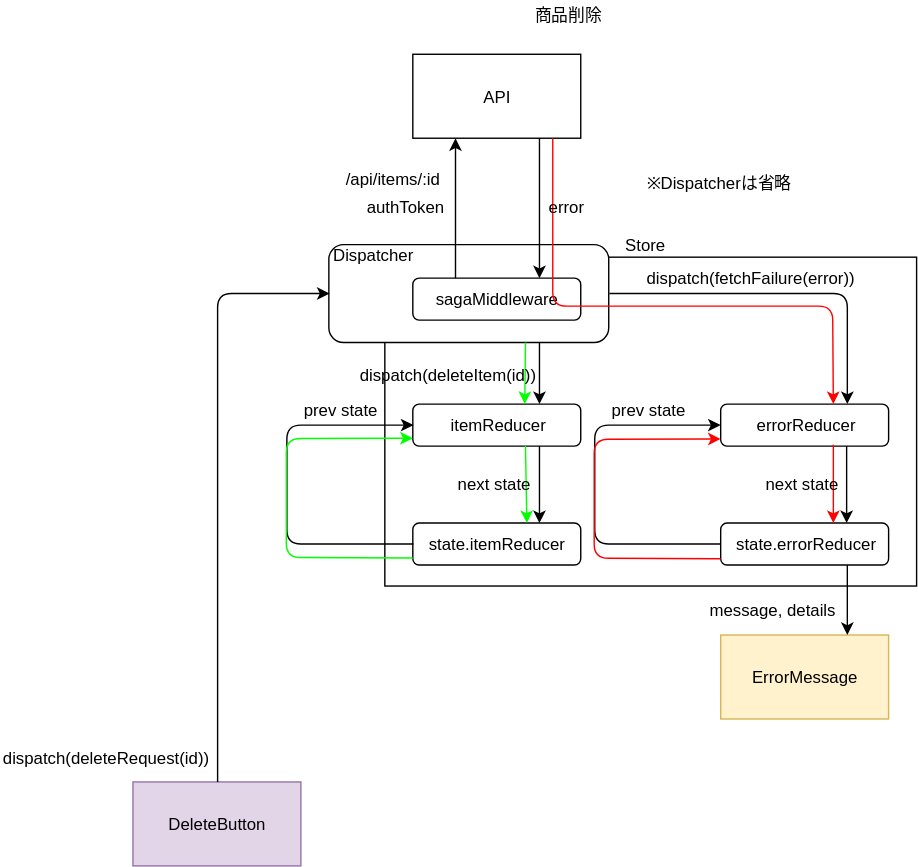
Before: diagram/dataFlow/delete.svg, a diagram exported from draw.io (emgniddikur/react-app). Source tidied: cells renumbered, new cells last; positions are measured from the earlier drawing's top-left corner, leaving out a move shared by most shapes. Source of this version:
```xml
<mxGraphModel>
  <root>
    <mxCell id="0" />
    <mxCell id="1" parent="0" />
    <mxCell id="2" style="rounded=0;whiteSpace=wrap;html=1;" parent="1" vertex="1">
      <mxGeometry x="274.5" y="182" width="380" height="235" as="geometry" />
    </mxCell>
    <mxCell id="3" value="Dispatcher&amp;nbsp; &amp;nbsp; &amp;nbsp; &amp;nbsp; &amp;nbsp; &amp;nbsp; &amp;nbsp; &amp;nbsp; &amp;nbsp; &amp;nbsp; &amp;nbsp; &amp;nbsp; &amp;nbsp; &amp;nbsp; &amp;nbsp; &amp;nbsp; &amp;nbsp; &amp;nbsp; &amp;nbsp; &amp;nbsp; &amp;nbsp; &amp;nbsp; &amp;nbsp; &amp;nbsp;&lt;br&gt;&lt;br&gt;&lt;br&gt;&lt;br&gt;" style="rounded=1;whiteSpace=wrap;html=1;" parent="1" vertex="1">
      <mxGeometry x="234.5" y="173" width="200" height="70" as="geometry" />
    </mxCell>
    <mxCell id="4" value="API&lt;br&gt;" style="rounded=0;whiteSpace=wrap;html=1;" parent="1" vertex="1">
      <mxGeometry x="294.5" y="37" width="120" height="60" as="geometry" />
    </mxCell>
    <mxCell id="5" value="sagaMiddleware" style="rounded=1;whiteSpace=wrap;html=1;" parent="1" vertex="1">
      <mxGeometry x="294.5" y="197" width="120" height="30" as="geometry" />
    </mxCell>
    <mxCell id="6" style="endArrow=classic;html=1;entryX=0.25;entryY=1;entryDx=0;entryDy=0;exitX=0.25;exitY=0;exitDx=0;exitDy=0;" parent="1" edge="1" source="5" target="4">
      <mxGeometry relative="1" as="geometry" />
    </mxCell>
    <mxCell id="7" style="endArrow=classic;html=1;entryX=0.75;entryY=0;entryDx=0;entryDy=0;exitX=0.75;exitY=1;exitDx=0;exitDy=0;" parent="1" edge="1" source="4" target="5">
      <mxGeometry relative="1" as="geometry" />
    </mxCell>
    <mxCell id="8" value="itemReducer" style="rounded=1;whiteSpace=wrap;html=1;" parent="1" vertex="1">
      <mxGeometry x="294.5" y="287" width="120" height="30" as="geometry" />
    </mxCell>
    <mxCell id="9" style="endArrow=classic;html=1;entryX=0.75;entryY=0;entryDx=0;entryDy=0;exitX=0.75;exitY=1;exitDx=0;exitDy=0;" parent="1" edge="1" source="3" target="8">
      <mxGeometry relative="1" as="geometry" />
    </mxCell>
    <mxCell id="10" value="authToken" style="text;html=1;align=left;verticalAlign=top;spacingTop=-4;" parent="1" vertex="1">
      <mxGeometry x="259.5" y="137" width="70" height="20" as="geometry" />
    </mxCell>
    <mxCell id="11" value="/api/items/:id" style="text;html=1;align=left;verticalAlign=top;spacingTop=-4;" parent="1" vertex="1">
      <mxGeometry x="244.5" y="117" width="80" height="20" as="geometry" />
    </mxCell>
    <mxCell id="12" value="errorReducer&lt;br&gt;" style="rounded=1;whiteSpace=wrap;html=1;" parent="1" vertex="1">
      <mxGeometry x="514.5" y="287" width="120" height="30" as="geometry" />
    </mxCell>
    <mxCell id="13" style="endArrow=classic;html=1;entryX=0.75;entryY=0;entryDx=0;entryDy=0;exitX=1;exitY=0.5;exitDx=0;exitDy=0;" parent="1" edge="1" source="3" target="12">
      <mxGeometry relative="1" as="geometry">
        <Array as="points">
          <mxPoint x="605" y="208" />
        </Array>
      </mxGeometry>
    </mxCell>
    <mxCell id="14" value="state.itemReducer" style="rounded=1;whiteSpace=wrap;html=1;" parent="1" vertex="1">
      <mxGeometry x="294.5" y="372" width="120" height="30" as="geometry" />
    </mxCell>
    <mxCell id="15" style="endArrow=classic;html=1;entryX=0.75;entryY=0;entryDx=0;entryDy=0;exitX=0.75;exitY=1;exitDx=0;exitDy=0;" parent="1" edge="1" source="8" target="14">
      <mxGeometry relative="1" as="geometry" />
    </mxCell>
    <mxCell id="16" style="endArrow=classic;html=1;entryX=0;entryY=0.5;entryDx=0;entryDy=0;exitX=0;exitY=0.5;exitDx=0;exitDy=0;" parent="1" edge="1" source="14" target="8">
      <mxGeometry relative="1" as="geometry">
        <Array as="points">
          <mxPoint x="204.5" y="387" />
          <mxPoint x="204.5" y="347" />
          <mxPoint x="204.5" y="302" />
        </Array>
      </mxGeometry>
    </mxCell>
    <mxCell id="17" value="state.errorReducer" style="rounded=1;whiteSpace=wrap;html=1;" parent="1" vertex="1">
      <mxGeometry x="514.5" y="372" width="120" height="30" as="geometry" />
    </mxCell>
    <mxCell id="18" style="endArrow=classic;html=1;entryX=0.75;entryY=0;entryDx=0;entryDy=0;" parent="1" edge="1">
      <mxGeometry relative="1" as="geometry">
        <mxPoint x="604.5" y="317" as="sourcePoint" />
        <mxPoint x="604.5" y="372" as="targetPoint" />
      </mxGeometry>
    </mxCell>
    <mxCell id="19" value="prev state" style="text;html=1;align=left;verticalAlign=top;spacingTop=-4;" parent="1" vertex="1">
      <mxGeometry x="214.5" y="282" width="70" height="20" as="geometry" />
    </mxCell>
    <mxCell id="20" style="endArrow=classic;html=1;entryX=0;entryY=0.5;entryDx=0;entryDy=0;exitX=0;exitY=0.5;exitDx=0;exitDy=0;" parent="1" edge="1">
      <mxGeometry relative="1" as="geometry">
        <mxPoint x="514.5" y="387" as="sourcePoint" />
        <mxPoint x="514.5" y="302" as="targetPoint" />
        <Array as="points">
          <mxPoint x="424.5" y="387" />
          <mxPoint x="424.5" y="347" />
          <mxPoint x="424.5" y="302" />
        </Array>
      </mxGeometry>
    </mxCell>
    <mxCell id="21" value="prev state" style="text;html=1;align=left;verticalAlign=top;spacingTop=-4;" parent="1" vertex="1">
      <mxGeometry x="434.5" y="282" width="70" height="20" as="geometry" />
    </mxCell>
    <mxCell id="22" value="dispatch(fetchFailure(error))" style="text;html=1;align=left;verticalAlign=top;spacingTop=-4;" parent="1" vertex="1">
      <mxGeometry x="459.5" y="188" width="160" height="20" as="geometry" />
    </mxCell>
    <mxCell id="23" value="DeleteButton" style="rounded=0;whiteSpace=wrap;html=1;fillColor=#e1d5e7;strokeColor=#9673a6;" parent="1" vertex="1">
      <mxGeometry x="94.5" y="557" width="120" height="60" as="geometry" />
    </mxCell>
    <mxCell id="24" value="ErrorMessage" style="rounded=0;whiteSpace=wrap;html=1;fillColor=#fff2cc;strokeColor=#d6b656;" parent="1" vertex="1">
      <mxGeometry x="514.5" y="452" width="120" height="60" as="geometry" />
    </mxCell>
    <mxCell id="25" style="endArrow=classic;html=1;entryX=0.75;entryY=0;entryDx=0;entryDy=0;exitX=0.75;exitY=1;exitDx=0;exitDy=0;" parent="1" edge="1" source="17" target="24">
      <mxGeometry relative="1" as="geometry" />
    </mxCell>
    <mxCell id="26" value="message, details&lt;br&gt;" style="text;html=1;align=left;verticalAlign=top;spacingTop=-4;" parent="1" vertex="1">
      <mxGeometry x="504.5" y="424.5" width="110" height="20" as="geometry" />
    </mxCell>
    <mxCell id="27" style="endArrow=classic;html=1;exitX=0.5;exitY=0;exitDx=0;exitDy=0;entryX=0;entryY=0.5;entryDx=0;entryDy=0;" parent="1" edge="1" source="23" target="3">
      <mxGeometry relative="1" as="geometry">
        <Array as="points">
          <mxPoint x="155" y="208" />
        </Array>
      </mxGeometry>
    </mxCell>
    <mxCell id="28" value="dispatch(deleteRequest(id))" style="text;html=1;align=left;verticalAlign=top;spacingTop=-4;" parent="1" vertex="1">
      <mxGeometry y="531" width="160" height="20" as="geometry" />
    </mxCell>
    <mxCell id="29" style="endArrow=classic;html=1;strokeColor=#FF0000;entryX=0.667;entryY=0.013;entryDx=0;entryDy=0;entryPerimeter=0;" parent="1" edge="1" target="12">
      <mxGeometry relative="1" as="geometry">
        <mxPoint x="394.5" y="97" as="sourcePoint" />
        <Array as="points">
          <mxPoint x="394.5" y="217" />
          <mxPoint x="594.5" y="217" />
        </Array>
      </mxGeometry>
    </mxCell>
    <mxCell id="30" style="endArrow=classic;html=1;strokeColor=#FF0000;exitX=0.671;exitY=0.983;exitDx=0;exitDy=0;exitPerimeter=0;entryX=0.671;entryY=0;entryDx=0;entryDy=0;entryPerimeter=0;" parent="1" edge="1" source="12" target="17">
      <mxGeometry relative="1" as="geometry" />
    </mxCell>
    <mxCell id="31" style="endArrow=classic;html=1;strokeColor=#00FF00;" parent="1" edge="1">
      <mxGeometry relative="1" as="geometry">
        <mxPoint x="375" y="243" as="sourcePoint" />
        <mxPoint x="374.5" y="287" as="targetPoint" />
      </mxGeometry>
    </mxCell>
    <mxCell id="32" style="endArrow=classic;html=1;strokeColor=#00FF00;entryX=0.675;entryY=0;entryDx=0;entryDy=0;entryPerimeter=0;exitX=0.671;exitY=1;exitDx=0;exitDy=0;exitPerimeter=0;" parent="1" edge="1" source="8" target="14">
      <mxGeometry relative="1" as="geometry" />
    </mxCell>
    <mxCell id="33" style="endArrow=classic;html=1;entryX=0;entryY=0.5;entryDx=0;entryDy=0;exitX=0;exitY=0.5;exitDx=0;exitDy=0;strokeColor=#00FF00;" parent="1" edge="1">
      <mxGeometry relative="1" as="geometry">
        <mxPoint x="294.5" y="397" as="sourcePoint" />
        <mxPoint x="294.5" y="311.4" as="targetPoint" />
        <Array as="points">
          <mxPoint x="204.1" y="396.6" />
          <mxPoint x="204.1" y="356.6" />
          <mxPoint x="204.1" y="311.6" />
        </Array>
      </mxGeometry>
    </mxCell>
    <mxCell id="34" value="error" style="text;html=1;align=left;verticalAlign=top;spacingTop=-4;" parent="1" vertex="1">
      <mxGeometry x="389.5" y="137" width="40" height="20" as="geometry" />
    </mxCell>
    <mxCell id="35" value="dispatch(deleteItem(id))" style="text;html=1;align=left;verticalAlign=top;spacingTop=-4;" parent="1" vertex="1">
      <mxGeometry x="254.5" y="257" width="140" height="20" as="geometry" />
    </mxCell>
    <mxCell id="36" value="next state" style="text;html=1;align=left;verticalAlign=top;spacingTop=-4;" parent="1" vertex="1">
      <mxGeometry x="544.5" y="334.5" width="70" height="20" as="geometry" />
    </mxCell>
    <mxCell id="37" value="next state" style="text;html=1;align=left;verticalAlign=top;spacingTop=-4;" parent="1" vertex="1">
      <mxGeometry x="324.5" y="334.5" width="70" height="20" as="geometry" />
    </mxCell>
    <mxCell id="38" style="endArrow=classic;html=1;entryX=0;entryY=0.5;entryDx=0;entryDy=0;exitX=0;exitY=0.5;exitDx=0;exitDy=0;fillColor=#a20025;strokeColor=#FF0000;" parent="1" edge="1">
      <mxGeometry relative="1" as="geometry">
        <mxPoint x="514.5" y="397.5" as="sourcePoint" />
        <mxPoint x="514.5" y="311.9" as="targetPoint" />
        <Array as="points">
          <mxPoint x="424.1" y="397.1" />
          <mxPoint x="424.1" y="357.1" />
          <mxPoint x="424.1" y="312.1" />
        </Array>
      </mxGeometry>
    </mxCell>
    <mxCell id="39" value="※Dispatcherは省略" style="text;html=1;align=left;verticalAlign=top;spacingTop=-4;" parent="1" vertex="1">
      <mxGeometry x="459.5" y="119.5" width="120" height="20" as="geometry" />
    </mxCell>
    <mxCell id="40" value="商品削除&lt;br&gt;" style="text;html=1;align=left;verticalAlign=top;spacingTop=-4;" parent="1" vertex="1">
      <mxGeometry x="379.5" y="-0.5" width="60" height="20" as="geometry" />
    </mxCell>
    <mxCell id="41" value="Store" style="text;html=1;strokeColor=none;fillColor=none;align=center;verticalAlign=middle;whiteSpace=wrap;rounded=0;" parent="1" vertex="1">
      <mxGeometry x="439.5" y="163" width="40" height="20" as="geometry" />
    </mxCell>
  </root>
</mxGraphModel>
```
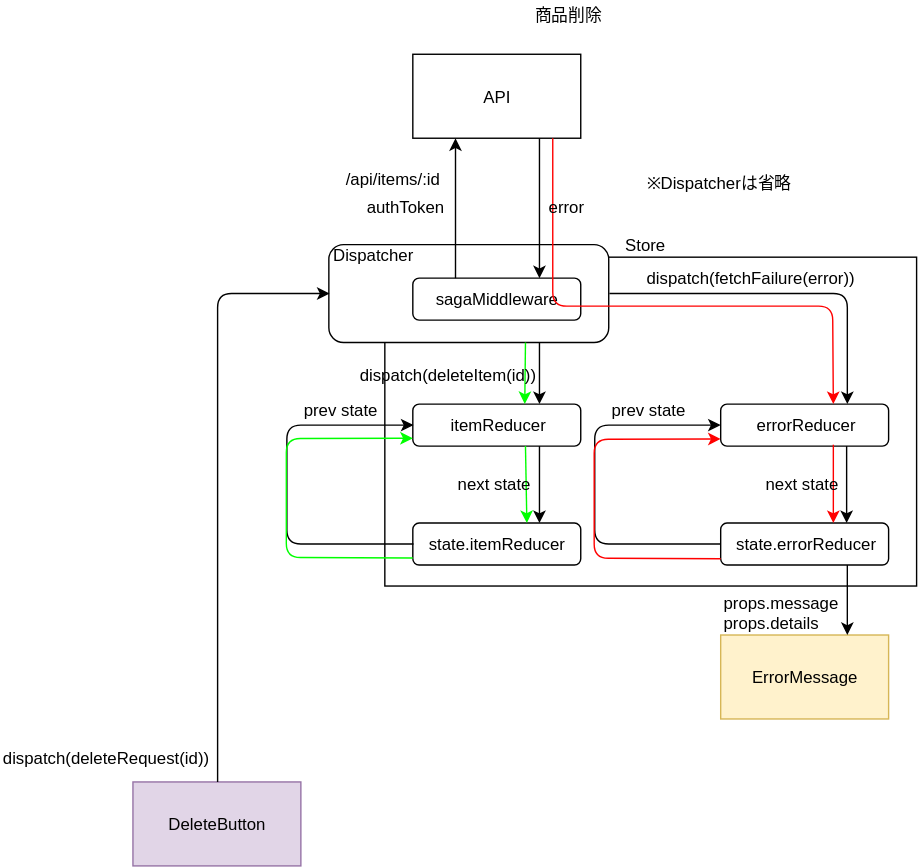
The same diagram one commit later.

Diff of the diagram source:
```diff
@@ -95,9 +95,6 @@
     <mxCell id="25" style="endArrow=classic;html=1;entryX=0.75;entryY=0;entryDx=0;entryDy=0;exitX=0.75;exitY=1;exitDx=0;exitDy=0;" parent="1" edge="1" source="17" target="24">
       <mxGeometry relative="1" as="geometry" />
     </mxCell>
-    <mxCell id="26" value="message, details&lt;br&gt;" style="text;html=1;align=left;verticalAlign=top;spacingTop=-4;" parent="1" vertex="1">
-      <mxGeometry x="504.5" y="424.5" width="110" height="20" as="geometry" />
-    </mxCell>
     <mxCell id="27" style="endArrow=classic;html=1;exitX=0.5;exitY=0;exitDx=0;exitDy=0;entryX=0;entryY=0.5;entryDx=0;entryDy=0;" parent="1" edge="1" source="23" target="3">
       <mxGeometry relative="1" as="geometry">
         <Array as="points">
@@ -172,5 +169,8 @@
     <mxCell id="41" value="Store" style="text;html=1;strokeColor=none;fillColor=none;align=center;verticalAlign=middle;whiteSpace=wrap;rounded=0;" parent="1" vertex="1">
       <mxGeometry x="439.5" y="163" width="40" height="20" as="geometry" />
     </mxCell>
+    <mxCell id="42" value="props.message&lt;br&gt;props.details&lt;br&gt;" style="text;html=1;align=left;verticalAlign=top;spacingTop=-4;" parent="1" vertex="1">
+      <mxGeometry x="514.5" y="419.5" width="100" height="30" as="geometry" />
+    </mxCell>
   </root>
 </mxGraphModel>
```
